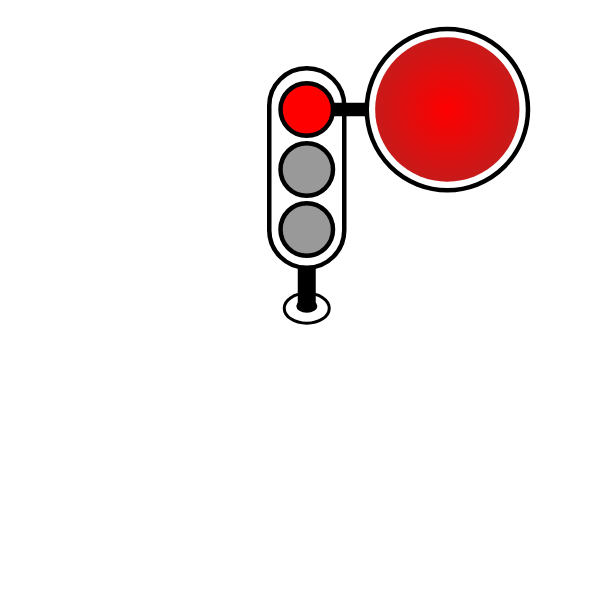
Above: assets/images/trafficlight-red-countdown.drawio in priobike/priobike-flutter-app (draw.io), before the change. Source tidied: cells renumbered, new cells numbered last; positions are measured from the earlier drawing's top-left corner, leaving out a move shared by most shapes. Both pictures are drawn from the tidied source at 150%, with x=0, y=0 at pixel (24, 24).
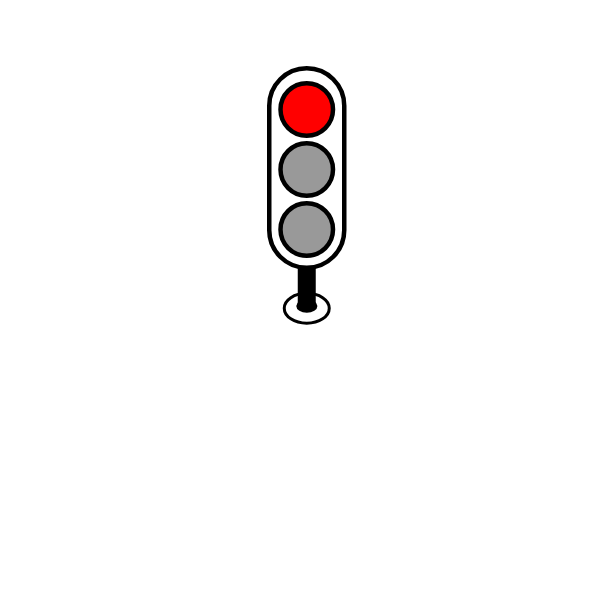
The same diagram, later.

Commit message (it also covers changes not shown here):
Draft new speedometer design with countdown in speedometer

Diff of the diagram source:
```diff
@@
 <mxGraphModel>
   <root>
     <mxCell id="0" />
     <mxCell id="1" parent="0" />
     <mxCell id="2" style="whiteSpace=wrap;html=1;fillColor=none;strokeColor=none;" parent="1" vertex="1">
       <mxGeometry x="0.1" y="-0.4" width="375.8" height="375.8" as="geometry" />
     </mxCell>
     <mxCell id="3" style="rounded=1;whiteSpace=wrap;html=1;perimeterSpacing=0;arcSize=50;strokeWidth=3;" parent="1" vertex="1">
       <mxGeometry x="163" y="29" width="50" height="133" as="geometry" />
     </mxCell>
     <mxCell id="4" style="ellipse;whiteSpace=wrap;html=1;fillColor=#FF0000;fontColor=#333333;strokeColor=#000000;strokeWidth=3;" parent="1" vertex="1">
       <mxGeometry x="170.5" y="39" width="35" height="35" as="geometry" />
     </mxCell>
     <mxCell id="5" style="ellipse;whiteSpace=wrap;html=1;fillColor=#999999;fontColor=#333333;strokeColor=#000000;strokeWidth=3;" parent="1" vertex="1">
       <mxGeometry x="170.5" y="79" width="35" height="35" as="geometry" />
     </mxCell>
     <mxCell id="6" style="ellipse;whiteSpace=wrap;html=1;fillColor=#999999;fontColor=#333333;strokeColor=#000000;strokeWidth=3;shadow=0;" parent="1" vertex="1">
       <mxGeometry x="170.5" y="119" width="35" height="35" as="geometry" />
     </mxCell>
-    <mxCell id="7" style="ellipse;whiteSpace=wrap;html=1;shadow=0;gradientDirection=radial;strokeWidth=3;" parent="1" vertex="1">
-      <mxGeometry x="228" y="2.8" width="107.5" height="107.5" as="geometry" />
-    </mxCell>
-    <mxCell id="8" style="endArrow=none;html=1;rounded=0;strokeWidth=9;" parent="1" edge="1" source="4" target="7">
-      <mxGeometry relative="1" as="geometry" />
-    </mxCell>
-    <mxCell id="9" style="ellipse;whiteSpace=wrap;html=1;shadow=0;fillColor=#FF0000;gradientColor=#C71A1A;gradientDirection=radial;strokeWidth=3;strokeColor=none;" parent="1" vertex="1">
-      <mxGeometry x="233.6" y="8.4" width="96.2" height="96.2" as="geometry" />
-    </mxCell>
     <mxCell id="10" style="ellipse;whiteSpace=wrap;html=1;strokeWidth=2;" parent="1" vertex="1">
       <mxGeometry x="173" y="179" width="30" height="20" as="geometry" />
     </mxCell>
     <mxCell id="11" style="ellipse;whiteSpace=wrap;html=1;strokeWidth=3;strokeColor=none;fillColor=#000000;" parent="1" vertex="1">
       <mxGeometry x="181" y="183" width="14.1" height="9" as="geometry" />
     </mxCell>
     <mxCell id="12" style="endArrow=none;html=1;rounded=0;exitX=0.5;exitY=1;exitDx=0;exitDy=0;strokeWidth=12;" parent="1" edge="1" source="3">
       <mxGeometry relative="1" as="geometry">
         <mxPoint x="188" y="189" as="targetPoint" />
       </mxGeometry>
     </mxCell>
   </root>
 </mxGraphModel>
```
